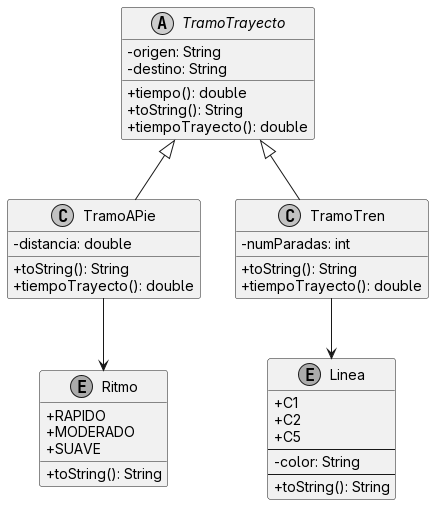
The PlantUML diagram diagrams/trayectos.png in polo-omez/adsof, before a commit.
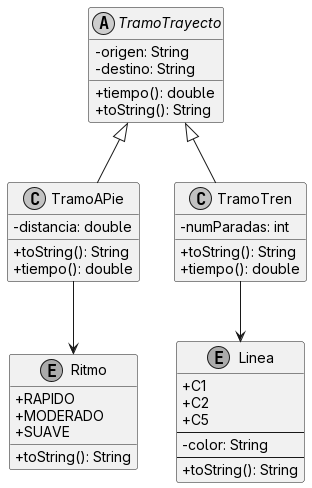
Above is the later version.

Diff of the diagram source:
```diff
@@ -9,21 +9,20 @@
 
     + tiempo(): double
     + toString(): String
-    + tiempoTrayecto(): double
 }
 
 class TramoAPie{
     - distancia: double
 
     + toString(): String
-    + tiempoTrayecto(): double
+    + tiempo(): double
 }
 
 class TramoTren{
     - numParadas: int
 
     + toString(): String
-    + tiempoTrayecto(): double
+    + tiempo(): double
 }
 
 enum Linea{
```
